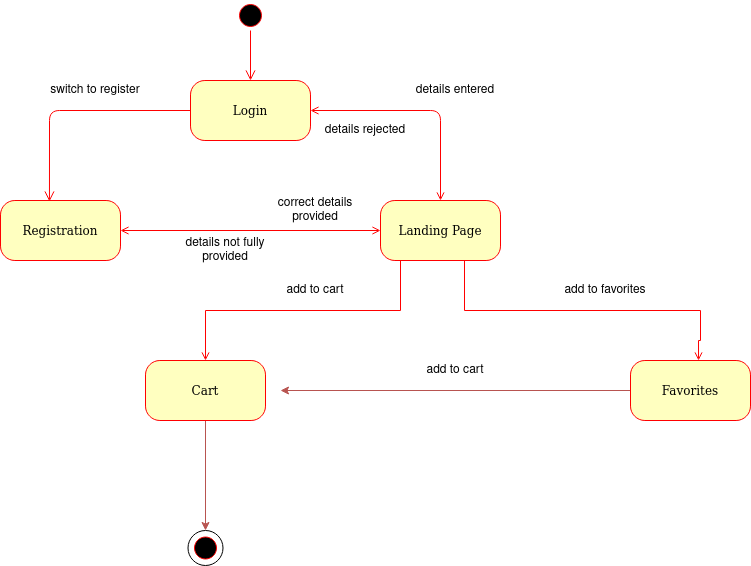
Fankholor/WitsMarketplace keeps this draw.io diagram as Diagram_Pictures/state_diagram.drawio.png. Above is the earlier version. Source tidied: cells renumbered, new cells last; positions are measured from the earlier drawing's top-left corner, leaving out a move shared by most shapes.
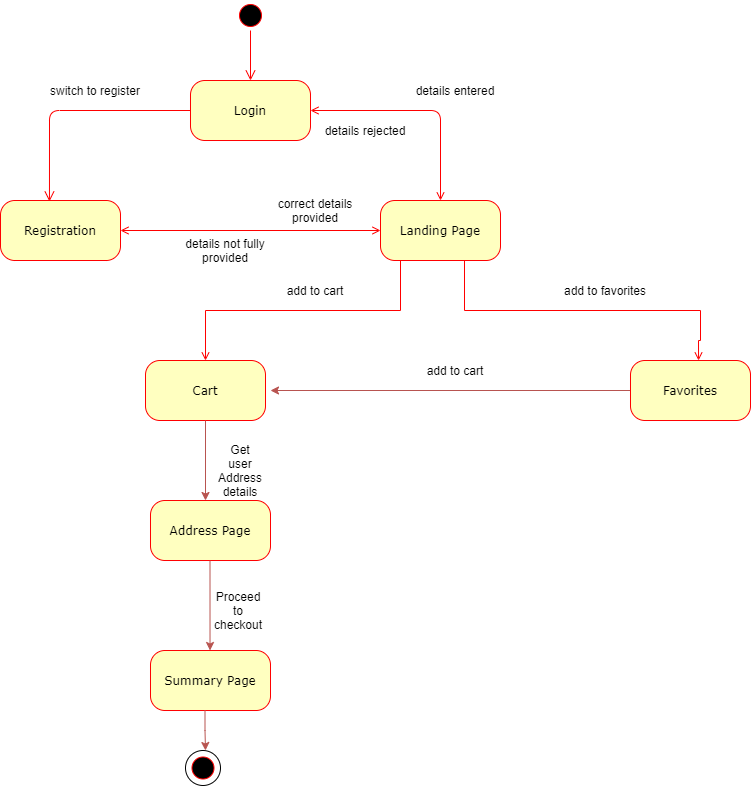
Later version of the same file.

Diff of the diagram source:
```diff
@@ -49,10 +49,10 @@
       <mxGeometry x="40" y="80" width="110" height="20" as="geometry" />
     </mxCell>
     <mxCell id="14" style="ellipse;html=1;shape=startState;fillColor=#000000;strokeColor=#ff0000;rounded=1;shadow=0;comic=0;labelBackgroundColor=none;fontFamily=Verdana;fontSize=12;fontColor=#000000;align=center;direction=south;" parent="1" vertex="1">
-      <mxGeometry x="190" y="532.5" width="30" height="30" as="geometry" />
+      <mxGeometry x="187.5" y="752.5" width="30" height="30" as="geometry" />
     </mxCell>
     <mxCell id="15" style="ellipse;whiteSpace=wrap;html=1;fillColor=none;" parent="1" vertex="1">
-      <mxGeometry x="187.5" y="530" width="35" height="35" as="geometry" />
+      <mxGeometry x="185" y="750" width="35" height="35" as="geometry" />
     </mxCell>
     <mxCell id="16" value="details not fully provided" style="text;html=1;strokeColor=none;fillColor=none;align=center;verticalAlign=middle;whiteSpace=wrap;rounded=0;" parent="1" vertex="1">
       <mxGeometry x="170" y="240" width="110" height="20" as="geometry" />
@@ -60,9 +60,6 @@
     <mxCell id="17" value="correct details provided" style="text;html=1;strokeColor=none;fillColor=none;align=center;verticalAlign=middle;whiteSpace=wrap;rounded=0;" parent="1" vertex="1">
       <mxGeometry x="260" y="200" width="110" height="20" as="geometry" />
     </mxCell>
-    <mxCell id="18" style="edgeStyle=orthogonalEdgeStyle;rounded=0;jettySize=auto;html=1;entryX=0.5;entryY=0;entryDx=0;entryDy=0;fillColor=#f8cecc;strokeColor=#b85450;" parent="1" edge="1" source="19" target="15">
-      <mxGeometry relative="1" as="geometry" />
-    </mxCell>
     <mxCell id="19" value="Cart" style="rounded=1;whiteSpace=wrap;html=1;arcSize=24;fillColor=#ffffc0;strokeColor=#ff0000;shadow=0;comic=0;labelBackgroundColor=none;fontFamily=Verdana;fontSize=12;fontColor=#000000;align=center;" parent="1" vertex="1">
       <mxGeometry x="145" y="360" width="120" height="60" as="geometry" />
     </mxCell>
@@ -71,7 +68,7 @@
     </mxCell>
     <mxCell id="21" style="edgeStyle=orthogonalEdgeStyle;rounded=0;jettySize=auto;html=1;fillColor=#f8cecc;strokeColor=#b85450;" parent="1" edge="1" source="22">
       <mxGeometry relative="1" as="geometry">
-        <mxPoint x="280" y="390" as="targetPoint" />
+        <mxPoint x="270" y="390" as="targetPoint" />
       </mxGeometry>
     </mxCell>
     <mxCell id="22" value="Favorites" style="rounded=1;whiteSpace=wrap;html=1;arcSize=24;fillColor=#ffffc0;strokeColor=#ff0000;shadow=0;comic=0;labelBackgroundColor=none;fontFamily=Verdana;fontSize=12;fontColor=#000000;align=center;" parent="1" vertex="1">
@@ -93,5 +90,37 @@
     <mxCell id="25" value="add to cart" style="text;html=1;strokeColor=none;fillColor=none;align=center;verticalAlign=middle;whiteSpace=wrap;rounded=0;" parent="1" vertex="1">
       <mxGeometry x="400" y="360" width="110" height="20" as="geometry" />
     </mxCell>
+    <mxCell id="26" value="Address Page" style="rounded=1;whiteSpace=wrap;html=1;arcSize=24;fillColor=#ffffc0;strokeColor=#ff0000;shadow=0;comic=0;labelBackgroundColor=none;fontFamily=Verdana;fontSize=12;fontColor=#000000;align=center;" parent="1" vertex="1">
+      <mxGeometry x="150" y="500" width="120" height="60" as="geometry" />
+    </mxCell>
+    <mxCell id="27" style="edgeStyle=orthogonalEdgeStyle;rounded=0;jettySize=auto;html=1;fillColor=#f8cecc;strokeColor=#b85450;exitX=0.5;exitY=1;exitDx=0;exitDy=0;" parent="1" edge="1" source="19">
+      <mxGeometry relative="1" as="geometry">
+        <mxPoint x="205" y="500" as="targetPoint" />
+      </mxGeometry>
+    </mxCell>
+    <mxCell id="28" value="Get user Address details" style="text;html=1;strokeColor=none;fillColor=none;align=center;verticalAlign=middle;whiteSpace=wrap;rounded=0;hachureGap=4;" parent="1" vertex="1">
+      <mxGeometry x="220" y="460" width="40" height="20" as="geometry" />
+    </mxCell>
+    <mxCell id="29" value="Summary Page" style="rounded=1;whiteSpace=wrap;html=1;arcSize=24;fillColor=#ffffc0;strokeColor=#ff0000;shadow=0;comic=0;labelBackgroundColor=none;fontFamily=Verdana;fontSize=12;fontColor=#000000;align=center;" parent="1" vertex="1">
+      <mxGeometry x="150" y="650" width="120" height="60" as="geometry" />
+    </mxCell>
+    <mxCell id="30" style="edgeStyle=orthogonalEdgeStyle;rounded=0;jettySize=auto;html=1;fillColor=#f8cecc;strokeColor=#b85450;exitX=0.5;exitY=1;exitDx=0;exitDy=0;entryX=0.496;entryY=0;entryDx=0;entryDy=0;entryPerimeter=0;" parent="1" edge="1" target="29">
+      <mxGeometry relative="1" as="geometry">
+        <mxPoint x="209.5" y="560" as="sourcePoint" />
+      </mxGeometry>
+    </mxCell>
+    <mxCell id="31" value="Proceed to checkout" style="text;html=1;strokeColor=none;fillColor=none;align=center;verticalAlign=middle;whiteSpace=wrap;rounded=0;hachureGap=4;" parent="1" vertex="1">
+      <mxGeometry x="217.5" y="600" width="40" height="20" as="geometry" />
+    </mxCell>
+    <mxCell id="32" style="edgeStyle=orthogonalEdgeStyle;rounded=0;orthogonalLoop=1;jettySize=auto;html=1;fillColor=#f8cecc;strokeColor=#b85450;exitX=0.5;exitY=1;exitDx=0;exitDy=0;" parent="1" edge="1">
+      <mxGeometry relative="1" as="geometry">
+        <mxPoint x="204.5" y="710" as="sourcePoint" />
+        <mxPoint x="205" y="750" as="targetPoint" />
+        <Array as="points">
+          <mxPoint x="205" y="730" />
+          <mxPoint x="205" y="730" />
+        </Array>
+      </mxGeometry>
+    </mxCell>
   </root>
 </mxGraphModel>
```
